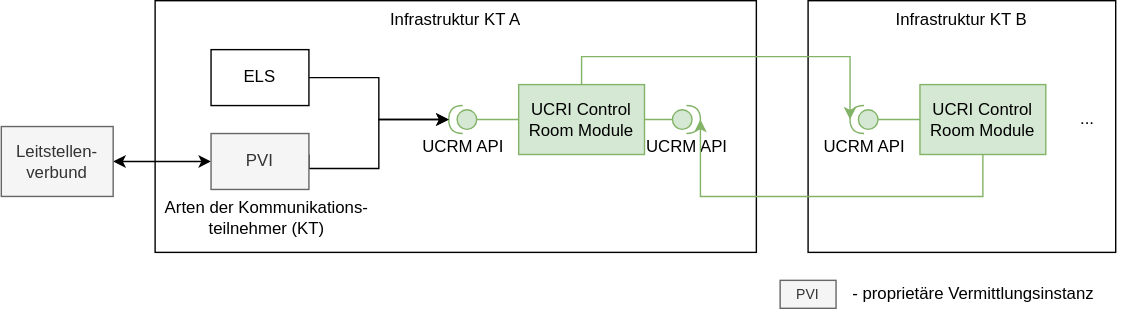
Above: staging/spec/ucrm.drawio.svg in PMeV-EFUL/ucri2 (draw.io), before the change. Source tidied: cells renumbered, new cells last; positions are measured from the earlier drawing's top-left corner, leaving out a move shared by most shapes. The source it was exported from:
```xml
<mxGraphModel>
  <root>
    <mxCell id="0" />
    <mxCell id="1" parent="0" />
    <mxCell id="2" value="Infrastruktur KT A" style="rounded=0;whiteSpace=wrap;html=1;fillColor=none;verticalAlign=top;" parent="1" vertex="1">
      <mxGeometry x="110" width="430" height="180" as="geometry" />
    </mxCell>
    <mxCell id="3" style="edgeStyle=orthogonalEdgeStyle;rounded=0;jettySize=auto;html=1;endArrow=none;endFill=0;fillColor=#d5e8d4;strokeColor=#82b366;" parent="1" edge="1" source="4" target="11">
      <mxGeometry relative="1" as="geometry" />
    </mxCell>
    <mxCell id="4" value="UCRM API" style="shape=providedRequiredInterface;html=1;verticalLabelPosition=bottom;sketch=0;direction=west;fillColor=#d5e8d4;strokeColor=#82b366;" parent="1" vertex="1">
      <mxGeometry x="320" y="75" width="20" height="20" as="geometry" />
    </mxCell>
    <mxCell id="5" value="ELS" style="rounded=0;whiteSpace=wrap;html=1;" parent="1" vertex="1">
      <mxGeometry x="150" y="35" width="70" height="40" as="geometry" />
    </mxCell>
    <mxCell id="6" style="edgeStyle=orthogonalEdgeStyle;rounded=0;jettySize=auto;html=1;startArrow=classic;startFill=1;" parent="1" edge="1" source="8" target="9">
      <mxGeometry relative="1" as="geometry" />
    </mxCell>
    <mxCell id="7" style="edgeStyle=orthogonalEdgeStyle;rounded=0;orthogonalLoop=1;jettySize=auto;html=1;" parent="1" edge="1">
      <mxGeometry relative="1" as="geometry">
        <mxPoint x="220" y="110" as="sourcePoint" />
        <mxPoint x="320" y="85" as="targetPoint" />
        <Array as="points">
          <mxPoint x="220" y="120" />
          <mxPoint x="270" y="120" />
          <mxPoint x="270" y="85" />
        </Array>
      </mxGeometry>
    </mxCell>
    <mxCell id="8" value="PVI" style="rounded=0;whiteSpace=wrap;html=1;fillColor=#f5f5f5;fontColor=#333333;strokeColor=#666666;" parent="1" vertex="1">
      <mxGeometry x="150" y="95" width="70" height="40" as="geometry" />
    </mxCell>
    <mxCell id="9" value="Leitstellen-verbund" style="rounded=0;whiteSpace=wrap;html=1;fillColor=#f5f5f5;fontColor=#333333;strokeColor=#666666;" parent="1" vertex="1">
      <mxGeometry y="90" width="80" height="50" as="geometry" />
    </mxCell>
    <mxCell id="10" value="Arten der Kommunikations-teilnehmer (KT)" style="text;html=1;strokeColor=none;fillColor=none;align=center;verticalAlign=middle;whiteSpace=wrap;rounded=0;" parent="1" vertex="1">
      <mxGeometry x="100" y="140" width="180" height="30" as="geometry" />
    </mxCell>
    <mxCell id="11" value="UCRI Control Room Module" style="rounded=0;whiteSpace=wrap;html=1;fillColor=#d5e8d4;strokeColor=#82b366;" parent="1" vertex="1">
      <mxGeometry x="370" y="60" width="90" height="50" as="geometry" />
    </mxCell>
    <mxCell id="12" value="Infrastruktur KT B" style="rounded=0;whiteSpace=wrap;html=1;fillColor=none;verticalAlign=top;" parent="1" vertex="1">
      <mxGeometry x="577" width="220" height="180" as="geometry" />
    </mxCell>
    <mxCell id="13" style="edgeStyle=orthogonalEdgeStyle;rounded=0;jettySize=auto;html=1;endArrow=none;endFill=0;fillColor=#d5e8d4;strokeColor=#82b366;" parent="1" edge="1" source="14" target="15">
      <mxGeometry relative="1" as="geometry" />
    </mxCell>
    <mxCell id="14" value="UCRM API" style="shape=providedRequiredInterface;html=1;verticalLabelPosition=bottom;sketch=0;direction=west;fillColor=#d5e8d4;strokeColor=#82b366;" parent="1" vertex="1">
      <mxGeometry x="607" y="75" width="20" height="20" as="geometry" />
    </mxCell>
    <mxCell id="15" value="UCRI Control Room Module" style="rounded=0;whiteSpace=wrap;html=1;fillColor=#d5e8d4;strokeColor=#82b366;" parent="1" vertex="1">
      <mxGeometry x="657" y="60" width="90" height="50" as="geometry" />
    </mxCell>
    <mxCell id="16" value="..." style="text;html=1;strokeColor=none;fillColor=none;align=center;verticalAlign=middle;whiteSpace=wrap;rounded=0;" parent="1" vertex="1">
      <mxGeometry x="747" y="70" width="60" height="30" as="geometry" />
    </mxCell>
    <mxCell id="17" style="edgeStyle=orthogonalEdgeStyle;rounded=0;jettySize=auto;html=1;entryX=1;entryY=0.5;entryDx=0;entryDy=0;entryPerimeter=0;" parent="1" edge="1" source="5" target="4">
      <mxGeometry relative="1" as="geometry" />
    </mxCell>
    <mxCell id="18" value="PVI" style="rounded=0;whiteSpace=wrap;html=1;fillColor=#f5f5f5;fontColor=#333333;strokeColor=#666666;fontSize=10;" parent="1" vertex="1">
      <mxGeometry x="557" y="200" width="40" height="20" as="geometry" />
    </mxCell>
    <mxCell id="19" value="- proprietäre Vermittlungsinstanz" style="text;html=1;strokeColor=none;fillColor=none;align=left;verticalAlign=middle;whiteSpace=wrap;rounded=0;" parent="1" vertex="1">
      <mxGeometry x="607" y="195" width="190" height="30" as="geometry" />
    </mxCell>
    <mxCell id="20" value="UCRM API" style="shape=providedRequiredInterface;html=1;verticalLabelPosition=bottom;sketch=0;fillColor=#d5e8d4;strokeColor=#82b366;" parent="1" vertex="1">
      <mxGeometry x="480" y="75" width="20" height="20" as="geometry" />
    </mxCell>
    <mxCell id="21" style="edgeStyle=orthogonalEdgeStyle;rounded=0;jettySize=auto;html=1;entryX=0;entryY=0.5;entryDx=0;entryDy=0;entryPerimeter=0;endArrow=none;endFill=0;fillColor=#d5e8d4;strokeColor=#82b366;" parent="1" edge="1" source="11" target="20">
      <mxGeometry relative="1" as="geometry" />
    </mxCell>
    <mxCell id="22" style="edgeStyle=orthogonalEdgeStyle;rounded=0;jettySize=auto;html=1;entryX=1;entryY=0.5;entryDx=0;entryDy=0;entryPerimeter=0;fillColor=#d5e8d4;strokeColor=#82b366;" parent="1" edge="1" source="15" target="20">
      <mxGeometry relative="1" as="geometry">
        <Array as="points">
          <mxPoint x="702" y="140" />
          <mxPoint x="500" y="140" />
        </Array>
      </mxGeometry>
    </mxCell>
    <mxCell id="23" style="edgeStyle=orthogonalEdgeStyle;rounded=0;jettySize=auto;html=1;entryX=1;entryY=0.5;entryDx=0;entryDy=0;entryPerimeter=0;fillColor=#d5e8d4;strokeColor=#82b366;" parent="1" edge="1" source="11" target="14">
      <mxGeometry relative="1" as="geometry">
        <Array as="points">
          <mxPoint x="415" y="40" />
          <mxPoint x="607" y="40" />
        </Array>
      </mxGeometry>
    </mxCell>
  </root>
</mxGraphModel>
```
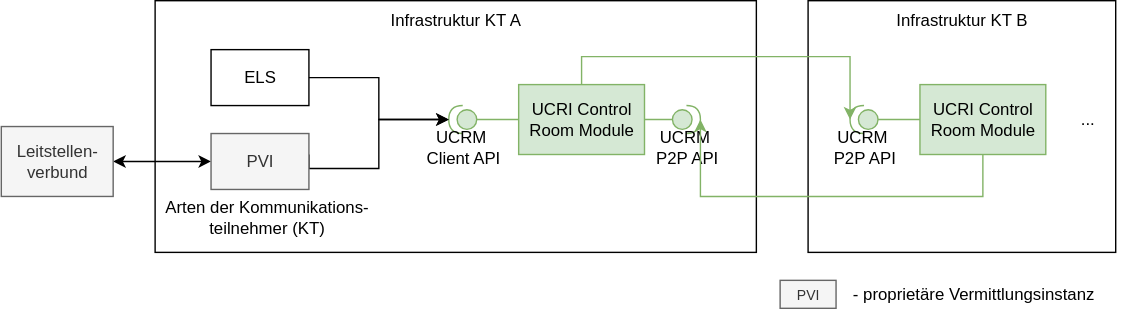
The same diagram one commit later.

Commit message:
feat: diagrams adjusted

The edit, as a diff of the source:
```diff
@@ -8,7 +8,7 @@
     <mxCell id="3" style="edgeStyle=orthogonalEdgeStyle;rounded=0;jettySize=auto;html=1;endArrow=none;endFill=0;fillColor=#d5e8d4;strokeColor=#82b366;" parent="1" edge="1" source="4" target="11">
       <mxGeometry relative="1" as="geometry" />
     </mxCell>
-    <mxCell id="4" value="UCRM API" style="shape=providedRequiredInterface;html=1;verticalLabelPosition=bottom;sketch=0;direction=west;fillColor=#d5e8d4;strokeColor=#82b366;" parent="1" vertex="1">
+    <mxCell id="4" value="UCRM&amp;nbsp;&lt;div&gt;Client API&lt;/div&gt;" style="shape=providedRequiredInterface;html=1;verticalLabelPosition=bottom;sketch=0;direction=west;fillColor=#d5e8d4;strokeColor=#82b366;" parent="1" vertex="1">
       <mxGeometry x="320" y="75" width="20" height="20" as="geometry" />
     </mxCell>
     <mxCell id="5" value="ELS" style="rounded=0;whiteSpace=wrap;html=1;" parent="1" vertex="1">
@@ -46,7 +46,7 @@
     <mxCell id="13" style="edgeStyle=orthogonalEdgeStyle;rounded=0;jettySize=auto;html=1;endArrow=none;endFill=0;fillColor=#d5e8d4;strokeColor=#82b366;" parent="1" edge="1" source="14" target="15">
       <mxGeometry relative="1" as="geometry" />
     </mxCell>
-    <mxCell id="14" value="UCRM API" style="shape=providedRequiredInterface;html=1;verticalLabelPosition=bottom;sketch=0;direction=west;fillColor=#d5e8d4;strokeColor=#82b366;" parent="1" vertex="1">
+    <mxCell id="14" value="UCRM&amp;nbsp;&lt;div&gt;P2P API&lt;/div&gt;" style="shape=providedRequiredInterface;html=1;verticalLabelPosition=bottom;sketch=0;direction=west;fillColor=#d5e8d4;strokeColor=#82b366;" parent="1" vertex="1">
       <mxGeometry x="607" y="75" width="20" height="20" as="geometry" />
     </mxCell>
     <mxCell id="15" value="UCRI Control Room Module" style="rounded=0;whiteSpace=wrap;html=1;fillColor=#d5e8d4;strokeColor=#82b366;" parent="1" vertex="1">
@@ -64,7 +64,7 @@
     <mxCell id="19" value="- proprietäre Vermittlungsinstanz" style="text;html=1;strokeColor=none;fillColor=none;align=left;verticalAlign=middle;whiteSpace=wrap;rounded=0;" parent="1" vertex="1">
       <mxGeometry x="607" y="195" width="190" height="30" as="geometry" />
     </mxCell>
-    <mxCell id="20" value="UCRM API" style="shape=providedRequiredInterface;html=1;verticalLabelPosition=bottom;sketch=0;fillColor=#d5e8d4;strokeColor=#82b366;" parent="1" vertex="1">
+    <mxCell id="20" value="UCRM&amp;nbsp;&lt;div&gt;P2P API&lt;/div&gt;" style="shape=providedRequiredInterface;html=1;verticalLabelPosition=bottom;sketch=0;fillColor=#d5e8d4;strokeColor=#82b366;" parent="1" vertex="1">
       <mxGeometry x="480" y="75" width="20" height="20" as="geometry" />
     </mxCell>
     <mxCell id="21" style="edgeStyle=orthogonalEdgeStyle;rounded=0;jettySize=auto;html=1;entryX=0;entryY=0.5;entryDx=0;entryDy=0;entryPerimeter=0;endArrow=none;endFill=0;fillColor=#d5e8d4;strokeColor=#82b366;" parent="1" edge="1" source="11" target="20">
```
